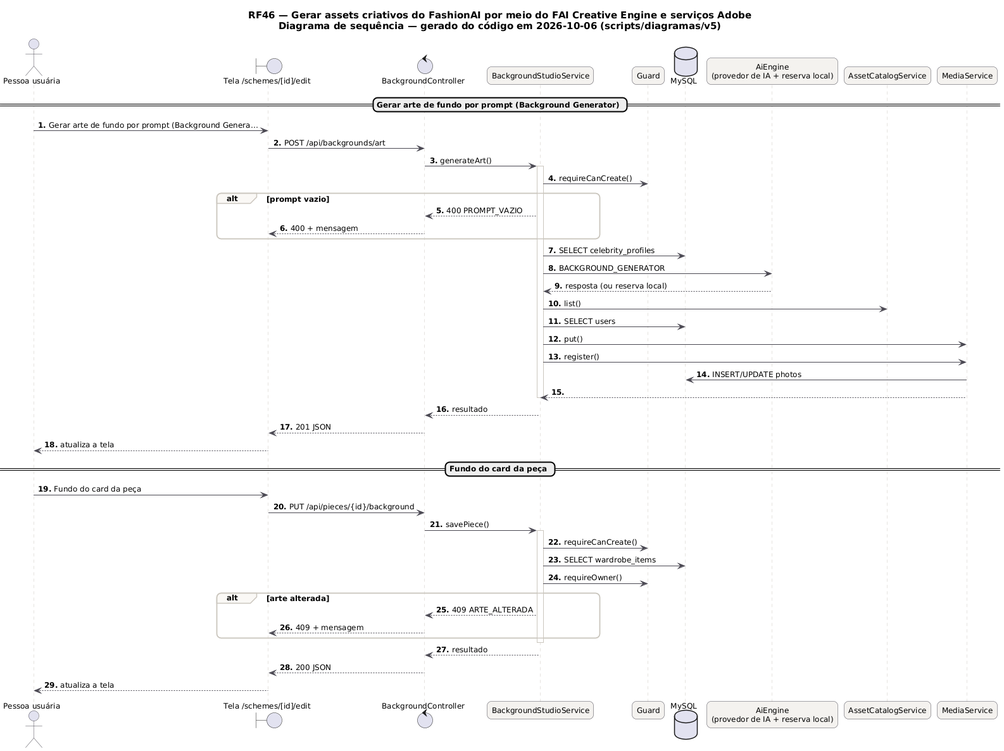
Above: docs/diagramas/RF46/RF46_Sequencia.png in MatheusHaliski/tcc-2026-fashion-ai-backend (PlantUML), before the change.
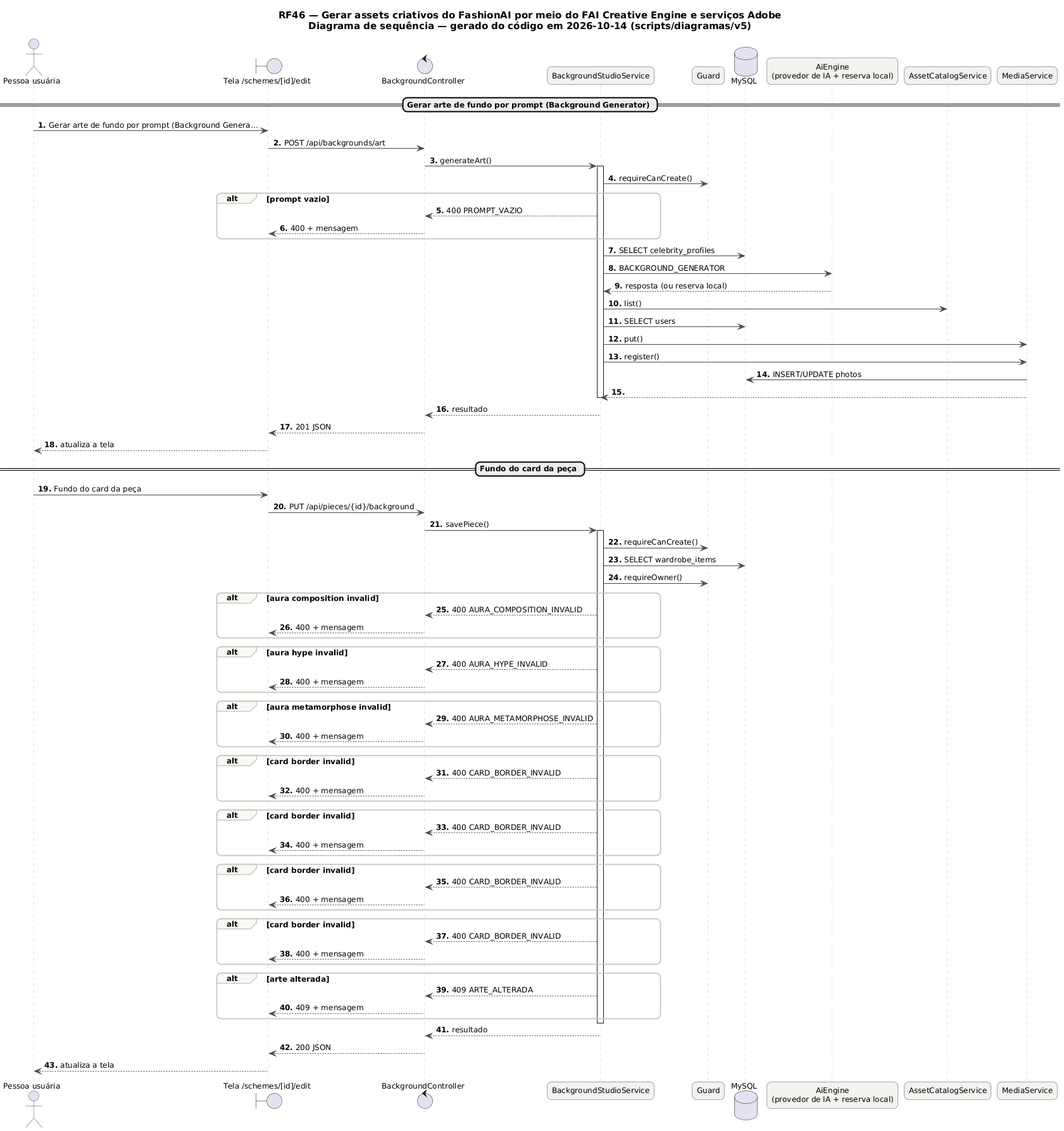
Above is the later version.

Change to the diagram source:
```diff
@@ -21,7 +21,7 @@
   GroupBackgroundColor #FAF8F5
 }
 autonumber "<b>0."
-title RF46 — Gerar assets criativos do FashionAI por meio do FAI Creative Engine e serviços Adobe\nDiagrama de sequência — gerado do código em 2026-10-06 (scripts/diagramas/v5)
+title RF46 — Gerar assets criativos do FashionAI por meio do FAI Creative Engine e serviços Adobe\nDiagrama de sequência — gerado do código em 2026-10-14 (scripts/diagramas/v5)
 
 actor "Pessoa usuária" as U
 boundary "Tela /schemes/[id]/edit" as P
@@ -63,6 +63,34 @@
 BackgroundStudioService -> Guard : requireCanCreate()
 BackgroundStudioService -> DB_MySQL : SELECT wardrobe_items
 BackgroundStudioService -> Guard : requireOwner()
+alt aura composition invalid
+BackgroundStudioService --> BackgroundController : 400 AURA_COMPOSITION_INVALID
+BackgroundController --> P : 400 + mensagem
+end
+alt aura hype invalid
+BackgroundStudioService --> BackgroundController : 400 AURA_HYPE_INVALID
+BackgroundController --> P : 400 + mensagem
+end
+alt aura metamorphose invalid
+BackgroundStudioService --> BackgroundController : 400 AURA_METAMORPHOSE_INVALID
+BackgroundController --> P : 400 + mensagem
+end
+alt card border invalid
+BackgroundStudioService --> BackgroundController : 400 CARD_BORDER_INVALID
+BackgroundController --> P : 400 + mensagem
+end
+alt card border invalid
+BackgroundStudioService --> BackgroundController : 400 CARD_BORDER_INVALID
+BackgroundController --> P : 400 + mensagem
+end
+alt card border invalid
+BackgroundStudioService --> BackgroundController : 400 CARD_BORDER_INVALID
+BackgroundController --> P : 400 + mensagem
+end
+alt card border invalid
+BackgroundStudioService --> BackgroundController : 400 CARD_BORDER_INVALID
+BackgroundController --> P : 400 + mensagem
+end
 alt arte alterada
 BackgroundStudioService --> BackgroundController : 409 ARTE_ALTERADA
 BackgroundController --> P : 409 + mensagem
```
